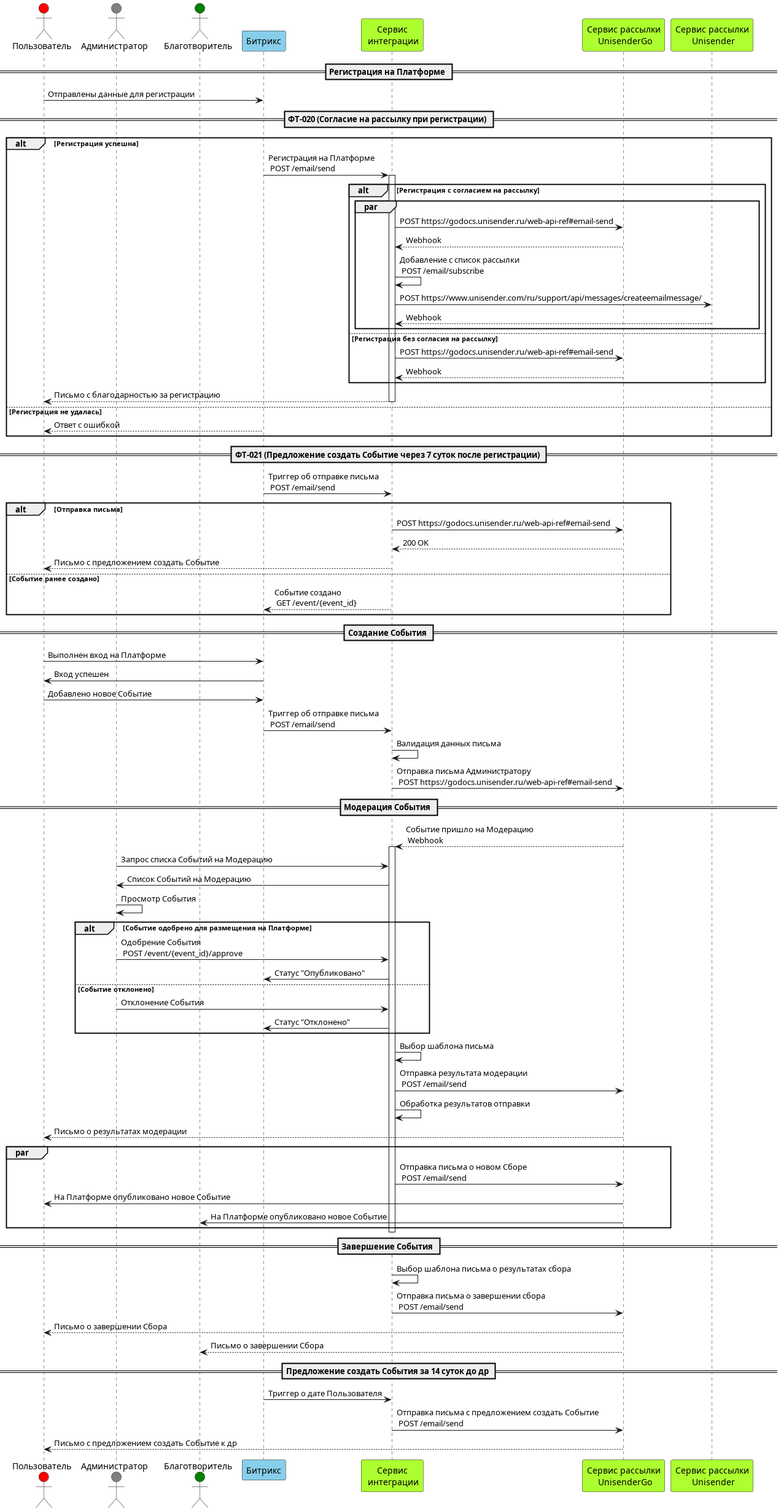
trofimovelijah/mayak_integration_service keeps this PlantUML diagram as out/SequenceDiagram/sequenceDiagramAll/Events.png. Above is the earlier version. The source it was exported from:
```plantuml
@startuml Events

actor "Пользователь" as User #Red
actor "Администратор" as Admin #Gray
actor "Благотворитель" as Donor #Green
participant "Битрикс" as Bitrix #SkyBlue
participant "Сервис\n интеграции" as IntService #GreenYellow
participant "Сервис рассылки\n UnisenderGo" as UnisenderGo #GreenYellow
participant "Сервис рассылки\n Unisender" as Unisender #GreenYellow

== Регистрация на Платформе ==
User -> Bitrix: Отправлены данные для регистрации

== ФТ-020 (Согласие на рассылку при регистрации) ==
alt Регистрация успешна
    Bitrix -> IntService: Регистрация на Платформе\n POST /email/send
    activate IntService
        alt Регистрация с согласием на рассылку
            par
            IntService -> UnisenderGo: POST https://godocs.unisender.ru/web-api-ref#email-send
            UnisenderGo --> IntService: Webhook
            IntService -> IntService: Добавление с список рассылки\n POST /email/subscribe
            IntService -> Unisender: POST https://www.unisender.com/ru/support/api/messages/createemailmessage/
            Unisender --> IntService: Webhook
            end
        else Регистрация без согласия на рассылку
            IntService -> UnisenderGo: POST https://godocs.unisender.ru/web-api-ref#email-send
            UnisenderGo --> IntService: Webhook
        end
    IntService --> User: Письмо с благодарностью за регистрацию
    deactivate
else Регистрация не удалась
    Bitrix --> User: Ответ с ошибкой
end

== ФТ-021 (Предложение создать Событие через 7 суток после регистрации) ==
Bitrix -> IntService: Триггер об отправке письма\n POST /email/send
alt Отправка письма
    IntService -> UnisenderGo: POST https://godocs.unisender.ru/web-api-ref#email-send
    UnisenderGo --> IntService: 200 OK
    IntService --> User: Письмо с предложением создать Событие
else Событие ранее создано
    IntService --> Bitrix: Событие создано\n GET /event/{event_id}
end

== Создание События ==
User -> Bitrix: Выполнен вход на Платформе
Bitrix -> User: Вход успешен
User -> Bitrix: Добавлено новое Событие
Bitrix -> IntService: Триггер об отправке письма\n POST /email/send
IntService -> IntService: Валидация данных письма
IntService -> UnisenderGo: Отправка письма Администратору\n POST https://godocs.unisender.ru/web-api-ref#email-send

== Модерация События ==
UnisenderGo --> IntService: Событие пришло на Модерацию\n Webhook
activate IntService
Admin -> IntService: Запрос списка Событий на Модерацию
IntService -> Admin: Список Событий на Модерацию
Admin -> Admin: Просмотр События
alt Событие одобрено для размещения на Платформе
    Admin -> IntService: Одобрение События\n POST /event/{event_id}/approve
    IntService -> Bitrix: Статус "Опубликовано"
else Событие отклонено
    Admin -> IntService: Отклонение События
    IntService -> Bitrix: Статус "Отклонено"
end
IntService -> IntService: Выбор шаблона письма
IntService -> UnisenderGo: Отправка результата модерации\n POST /email/send
IntService -> IntService: Обработка результатов отправки
UnisenderGo --> User: Письмо о результатах модерации
    par
        IntService -> UnisenderGo: Отправка письма о новом Сборе\n POST /email/send
        UnisenderGo -> User: На Платформе опубликовано новое Событие
        UnisenderGo -> Donor: На Платформе опубликовано новое Событие
    end
deactivate

== Завершение События ==
IntService -> IntService: Выбор шаблона письма о результатах сбора
IntService -> UnisenderGo: Отправка письма о завершении сбора\n POST /email/send
UnisenderGo --> User: Письмо о завершении Сбора
UnisenderGo --> Donor: Письмо о завершении Сбора

== Предложение создать События за 14 суток до др ==
Bitrix -> IntService: Триггер о дате Пользователя
IntService -> UnisenderGo: Отправка письма с предложением создать Событие\n POST /email/send
UnisenderGo --> User: Письмо с предложением создать Событие к др

@enduml
```
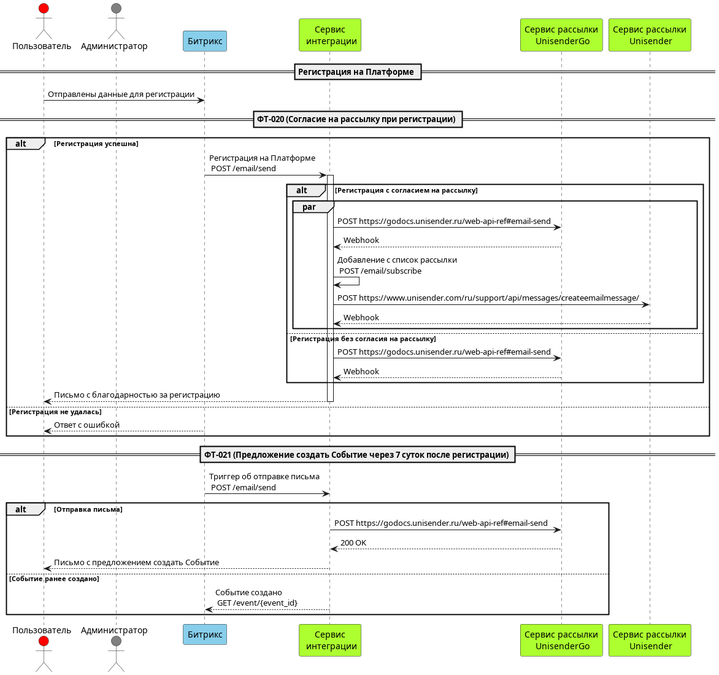
After the commit.

Commit message:
сиквенс событий разбит на 2 части

What changed in the source:
```diff
@@ -2,7 +2,6 @@
 
 actor "Пользователь" as User #Red
 actor "Администратор" as Admin #Gray
-actor "Благотворитель" as Donor #Green
 participant "Битрикс" as Bitrix #SkyBlue
 participant "Сервис\n интеграции" as IntService #GreenYellow
 participant "Сервис рассылки\n UnisenderGo" as UnisenderGo #GreenYellow
@@ -43,47 +42,4 @@
     IntService --> Bitrix: Событие создано\n GET /event/{event_id}
 end
 
-== Создание События ==
-User -> Bitrix: Выполнен вход на Платформе
-Bitrix -> User: Вход успешен
-User -> Bitrix: Добавлено новое Событие
-Bitrix -> IntService: Триггер об отправке письма\n POST /email/send
-IntService -> IntService: Валидация данных письма
-IntService -> UnisenderGo: Отправка письма Администратору\n POST https://godocs.unisender.ru/web-api-ref#email-send
-
-== Модерация События ==
-UnisenderGo --> IntService: Событие пришло на Модерацию\n Webhook
-activate IntService
-Admin -> IntService: Запрос списка Событий на Модерацию
-IntService -> Admin: Список Событий на Модерацию
-Admin -> Admin: Просмотр События
-alt Событие одобрено для размещения на Платформе
-    Admin -> IntService: Одобрение События\n POST /event/{event_id}/approve
-    IntService -> Bitrix: Статус "Опубликовано"
-else Событие отклонено
-    Admin -> IntService: Отклонение События
-    IntService -> Bitrix: Статус "Отклонено"
-end
-IntService -> IntService: Выбор шаблона письма
-IntService -> UnisenderGo: Отправка результата модерации\n POST /email/send
-IntService -> IntService: Обработка результатов отправки
-UnisenderGo --> User: Письмо о результатах модерации
-    par
-        IntService -> UnisenderGo: Отправка письма о новом Сборе\n POST /email/send
-        UnisenderGo -> User: На Платформе опубликовано новое Событие
-        UnisenderGo -> Donor: На Платформе опубликовано новое Событие
-    end
-deactivate
-
-== Завершение События ==
-IntService -> IntService: Выбор шаблона письма о результатах сбора
-IntService -> UnisenderGo: Отправка письма о завершении сбора\n POST /email/send
-UnisenderGo --> User: Письмо о завершении Сбора
-UnisenderGo --> Donor: Письмо о завершении Сбора
-
-== Предложение создать События за 14 суток до др ==
-Bitrix -> IntService: Триггер о дате Пользователя
-IntService -> UnisenderGo: Отправка письма с предложением создать Событие\n POST /email/send
-UnisenderGo --> User: Письмо с предложением создать Событие к др
-
 @enduml
```
